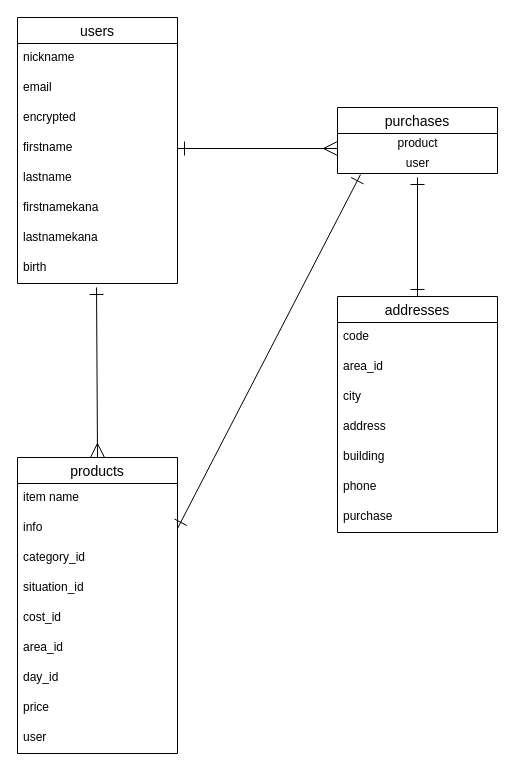
The draw.io diagram datebace.dio in Wataru0530/furima-38329, before the edit. Source tidied: cells renumbered, new cells numbered last; positions are measured from the earlier drawing's top-left corner, leaving out a move shared by most shapes. Both pictures are drawn from the tidied source at 100%, with x=0, y=0 at pixel (17, 17).
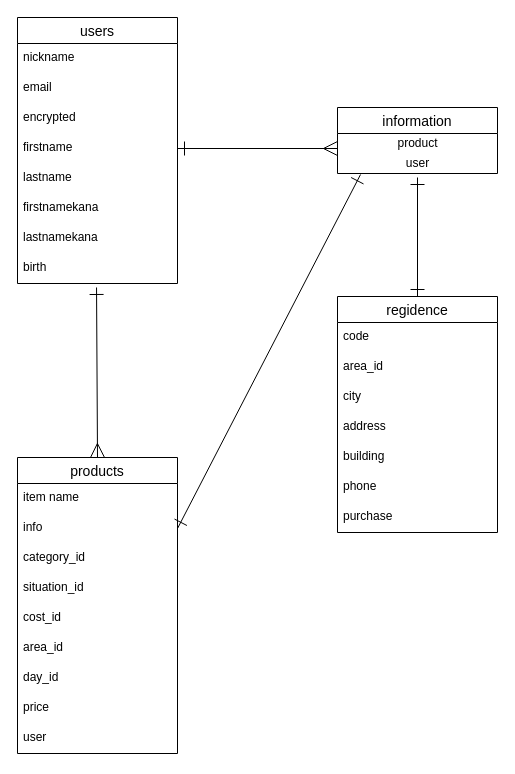
Above is the later version.

Diff of the diagram source:
```diff
@@
-    <mxCell id="22" value="purchases" style="swimlane;fontStyle=0;horizontal=1;startSize=26;align=center;fontSize=14;" parent="1" vertex="1">
+    <mxCell id="22" value="information" style="swimlane;fontStyle=0;horizontal=1;startSize=26;align=center;fontSize=14;" parent="1" vertex="1">
       <mxGeometry x="320" y="90" width="160" height="66" as="geometry" />
     </mxCell>
@@
-    <mxCell id="26" value="addresses" style="swimlane;fontStyle=0;horizontal=1;startSize=26;align=center;fontSize=14;" parent="1" vertex="1">
+    <mxCell id="26" value="regidence" style="swimlane;fontStyle=0;horizontal=1;startSize=26;align=center;fontSize=14;" parent="1" vertex="1">
       <mxGeometry x="320" y="279" width="160" height="236" as="geometry" />
     </mxCell>
```
